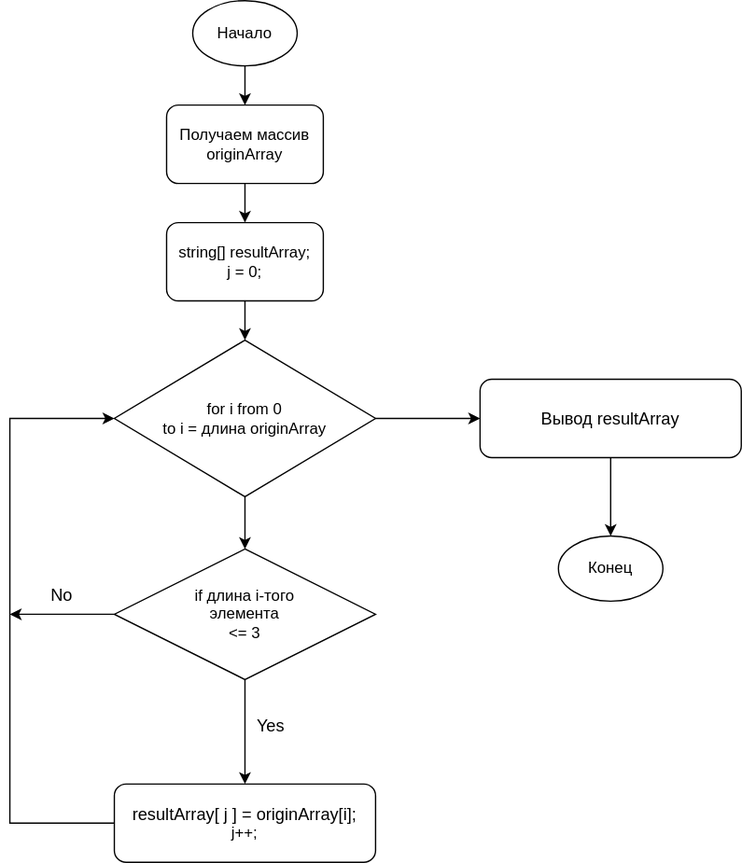
xkostix/chooseSpecialisation keeps this draw.io diagram as ChooseStringsfromArray.drawio.svg. Above is the earlier version. Source tidied: cells renumbered, new cells last; positions are measured from the earlier drawing's top-left corner, leaving out a move shared by most shapes.
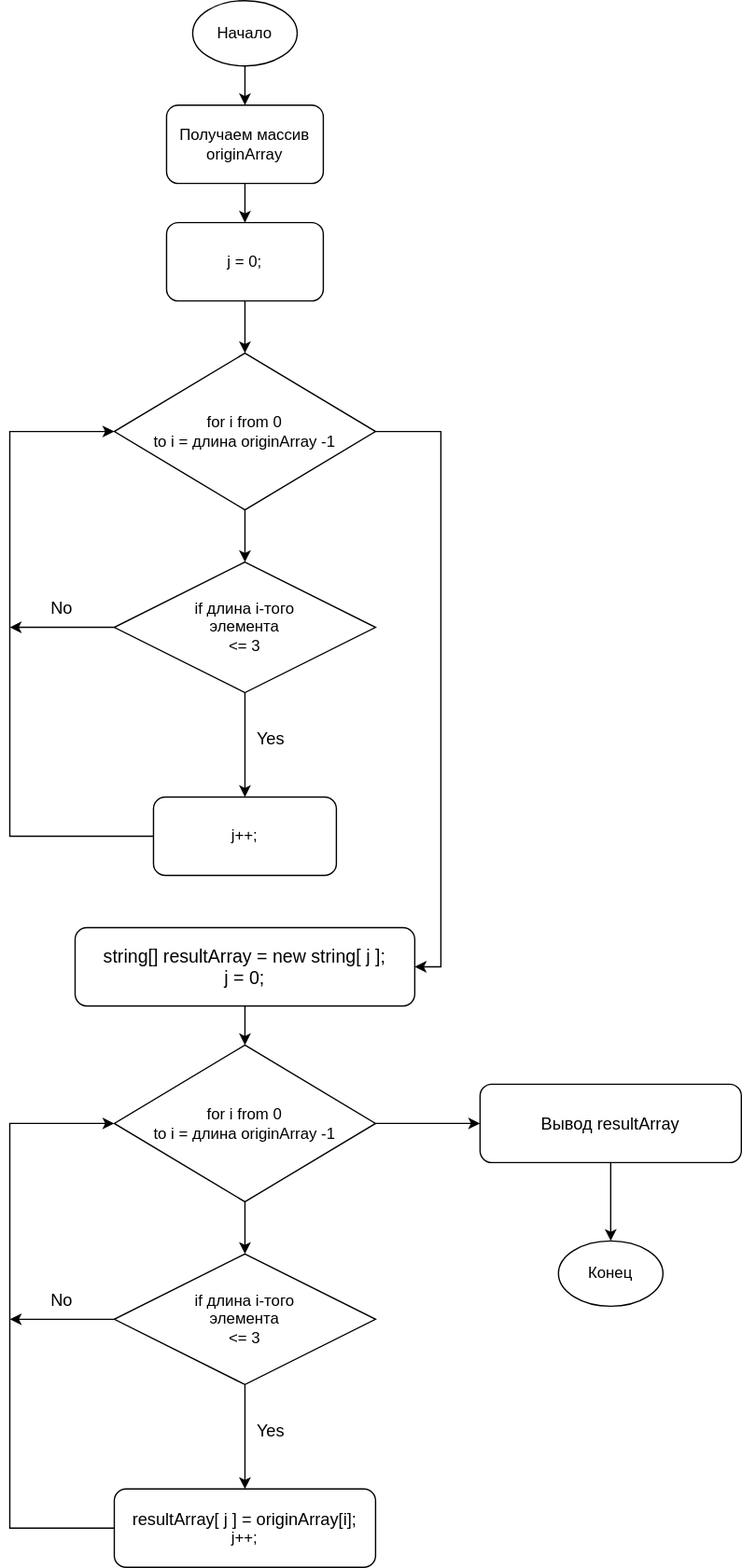
After the commit.

Commit message:
Changing Block-Scheme and  adding *.PNG

The edit, as a diff of the source:
```diff
@@ -6,7 +6,7 @@
       <mxGeometry relative="1" as="geometry" />
     </mxCell>
     <mxCell id="3" value="&lt;div&gt;Получаем массив&lt;/div&gt;&lt;div&gt;originArray&lt;br&gt;&lt;/div&gt;" style="rounded=1;whiteSpace=wrap;html=1;" parent="1" vertex="1">
-      <mxGeometry x="120" y="80" width="120" height="60" as="geometry" />
+      <mxGeometry x="120" y="-460" width="120" height="60" as="geometry" />
     </mxCell>
     <mxCell id="4" style="edgeStyle=orthogonalEdgeStyle;rounded=0;jettySize=auto;html=1;fontSize=13;" parent="1" edge="1" source="6" target="11">
       <mxGeometry relative="1" as="geometry" />
@@ -14,14 +14,14 @@
     <mxCell id="5" style="edgeStyle=orthogonalEdgeStyle;rounded=0;jettySize=auto;html=1;fontSize=13;" parent="1" edge="1" source="6" target="19">
       <mxGeometry relative="1" as="geometry" />
     </mxCell>
-    <mxCell id="6" value="&lt;div&gt;for i from 0&lt;/div&gt;&lt;div&gt;to i = длина originArray&lt;br&gt;&lt;/div&gt;" style="rhombus;whiteSpace=wrap;html=1;" parent="1" vertex="1">
+    <mxCell id="6" value="&lt;div&gt;for i from 0&lt;/div&gt;&lt;div&gt;to i = длина originArray -1&lt;br&gt;&lt;/div&gt;" style="rhombus;whiteSpace=wrap;html=1;" parent="1" vertex="1">
       <mxGeometry x="80" y="260" width="200" height="120" as="geometry" />
     </mxCell>
     <mxCell id="7" style="edgeStyle=orthogonalEdgeStyle;rounded=0;jettySize=auto;html=1;fontSize=13;" parent="1" edge="1" source="8" target="3">
       <mxGeometry relative="1" as="geometry" />
     </mxCell>
     <mxCell id="8" value="Начало" style="ellipse;whiteSpace=wrap;html=1;" parent="1" vertex="1">
-      <mxGeometry x="140" width="80" height="50" as="geometry" />
+      <mxGeometry x="140" y="-540" width="80" height="50" as="geometry" />
     </mxCell>
     <mxCell id="9" style="edgeStyle=orthogonalEdgeStyle;rounded=0;jettySize=auto;html=1;fontSize=13;" parent="1" edge="1" source="11" target="15">
       <mxGeometry relative="1" as="geometry" />
@@ -34,11 +34,11 @@
     <mxCell id="11" value="&lt;div&gt;if длина i-того&lt;/div&gt;&lt;div&gt;элемента&lt;/div&gt;&lt;div&gt;&amp;lt;= 3&lt;br&gt;&lt;/div&gt;" style="rhombus;whiteSpace=wrap;html=1;" parent="1" vertex="1">
       <mxGeometry x="80" y="420" width="200" height="100" as="geometry" />
     </mxCell>
-    <mxCell id="12" style="edgeStyle=orthogonalEdgeStyle;rounded=0;jettySize=auto;html=1;fontSize=13;" parent="1" edge="1" source="13" target="6">
-      <mxGeometry relative="1" as="geometry" />
-    </mxCell>
+    <mxCell id="21" style="edgeStyle=orthogonalEdgeStyle;rounded=0;jettySize=auto;html=1;fontSize=13;" parent="1" edge="1" source="13" target="24">
+      <mxGeometry relative="1" as="geometry" />
+    </mxCell>
-    <mxCell id="13" value="&lt;div&gt;string[] resultArray;&lt;/div&gt;&lt;div&gt;j = 0;&lt;br&gt;&lt;/div&gt;" style="rounded=1;whiteSpace=wrap;html=1;" parent="1" vertex="1">
-      <mxGeometry x="120" y="170" width="120" height="60" as="geometry" />
+    <mxCell id="13" value="&lt;div&gt;j = 0;&lt;br&gt;&lt;/div&gt;" style="rounded=1;whiteSpace=wrap;html=1;" parent="1" vertex="1">
+      <mxGeometry x="120" y="-370" width="120" height="60" as="geometry" />
     </mxCell>
     <mxCell id="14" style="edgeStyle=orthogonalEdgeStyle;rounded=0;jettySize=auto;html=1;entryX=0;entryY=0.5;entryDx=0;entryDy=0;fontSize=13;" parent="1" edge="1" source="15" target="6">
       <mxGeometry relative="1" as="geometry">
@@ -66,5 +66,53 @@
     <mxCell id="20" value="Конец" style="ellipse;whiteSpace=wrap;html=1;" parent="1" vertex="1">
       <mxGeometry x="420" y="410" width="80" height="50" as="geometry" />
     </mxCell>
+    <mxCell id="22" style="edgeStyle=orthogonalEdgeStyle;rounded=0;jettySize=auto;html=1;fontSize=13;" parent="1" edge="1" source="24" target="27">
+      <mxGeometry relative="1" as="geometry" />
+    </mxCell>
+    <mxCell id="23" style="edgeStyle=orthogonalEdgeStyle;rounded=0;jettySize=auto;html=1;entryX=1;entryY=0.5;entryDx=0;entryDy=0;fontSize=14;" parent="1" edge="1" source="24" target="33">
+      <mxGeometry relative="1" as="geometry">
+        <Array as="points">
+          <mxPoint x="330" y="-210" />
+          <mxPoint x="330" y="200" />
+        </Array>
+      </mxGeometry>
+    </mxCell>
+    <mxCell id="24" value="&lt;div&gt;for i from 0&lt;/div&gt;&lt;div&gt;to i = длина originArray -1&lt;br&gt;&lt;/div&gt;" style="rhombus;whiteSpace=wrap;html=1;" parent="1" vertex="1">
+      <mxGeometry x="80" y="-270" width="200" height="120" as="geometry" />
+    </mxCell>
+    <mxCell id="25" style="edgeStyle=orthogonalEdgeStyle;rounded=0;jettySize=auto;html=1;fontSize=13;" parent="1" edge="1" source="27" target="29">
+      <mxGeometry relative="1" as="geometry" />
+    </mxCell>
+    <mxCell id="26" style="edgeStyle=orthogonalEdgeStyle;rounded=0;jettySize=auto;html=1;fontSize=13;" parent="1" edge="1" source="27">
+      <mxGeometry relative="1" as="geometry">
+        <mxPoint y="-60" as="targetPoint" />
+      </mxGeometry>
+    </mxCell>
+    <mxCell id="27" value="&lt;div&gt;if длина i-того&lt;/div&gt;&lt;div&gt;элемента&lt;/div&gt;&lt;div&gt;&amp;lt;= 3&lt;br&gt;&lt;/div&gt;" style="rhombus;whiteSpace=wrap;html=1;" parent="1" vertex="1">
+      <mxGeometry x="80" y="-110" width="200" height="100" as="geometry" />
+    </mxCell>
+    <mxCell id="28" style="edgeStyle=orthogonalEdgeStyle;rounded=0;jettySize=auto;html=1;entryX=0;entryY=0.5;entryDx=0;entryDy=0;fontSize=13;" parent="1" edge="1" source="29" target="24">
+      <mxGeometry relative="1" as="geometry">
+        <Array as="points">
+          <mxPoint y="100" />
+          <mxPoint y="-210" />
+        </Array>
+      </mxGeometry>
+    </mxCell>
+    <mxCell id="29" value="&lt;div&gt;j++;&lt;/div&gt;" style="rounded=1;whiteSpace=wrap;html=1;" parent="1" vertex="1">
+      <mxGeometry x="110" y="70" width="140" height="60" as="geometry" />
+    </mxCell>
+    <mxCell id="30" value="&lt;div&gt;Yes&lt;/div&gt;" style="text;html=1;strokeColor=none;fillColor=none;align=center;verticalAlign=middle;whiteSpace=wrap;rounded=0;fontSize=13;" parent="1" vertex="1">
+      <mxGeometry x="170" y="10" width="60" height="30" as="geometry" />
+    </mxCell>
+    <mxCell id="31" value="No" style="text;html=1;strokeColor=none;fillColor=none;align=center;verticalAlign=middle;whiteSpace=wrap;rounded=0;fontSize=13;" parent="1" vertex="1">
+      <mxGeometry x="10" y="-90" width="60" height="30" as="geometry" />
+    </mxCell>
+    <mxCell id="32" style="edgeStyle=orthogonalEdgeStyle;rounded=0;jettySize=auto;html=1;fontSize=14;" parent="1" edge="1" source="33" target="6">
+      <mxGeometry relative="1" as="geometry" />
+    </mxCell>
+    <mxCell id="33" value="&lt;div style=&quot;font-size: 14px;&quot;&gt;string[] resultArray = new string[ &lt;font style=&quot;font-size: 14px;&quot;&gt;j&lt;/font&gt; ];&lt;/div&gt;&lt;div style=&quot;font-size: 14px;&quot;&gt;j = 0;&lt;/div&gt;" style="rounded=1;whiteSpace=wrap;html=1;" parent="1" vertex="1">
+      <mxGeometry x="50" y="170" width="260" height="60" as="geometry" />
+    </mxCell>
   </root>
 </mxGraphModel>
```
